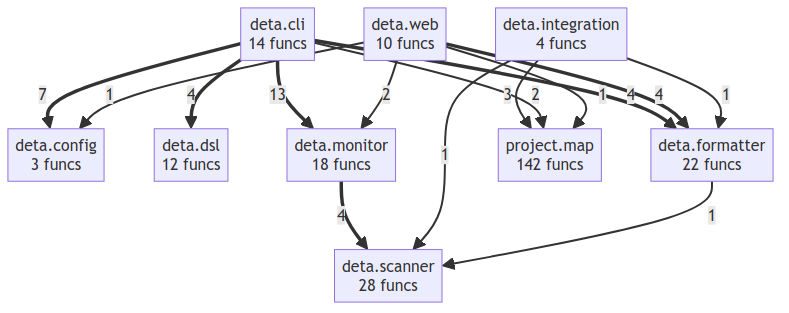
This is project/compact_flow.png from semcod/deta, a Mermaid export, as it was before one commit. Its source is kept beside it as project/compact_flow.mmd.
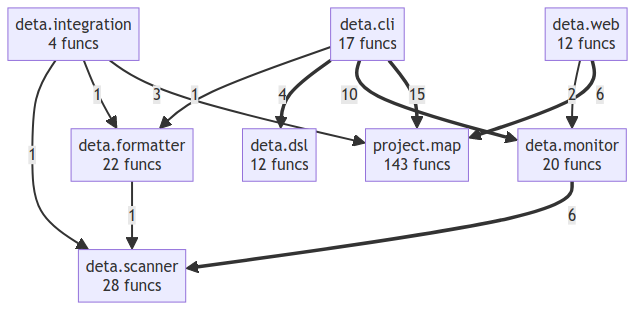
Later version of the same file.

What changed in the source:
```diff
@@ -1,24 +1,20 @@
 flowchart TD
-    deta__cli["deta.cli<br/>14 funcs"]
-    deta__config["deta.config<br/>3 funcs"]
+    deta__cli["deta.cli<br/>17 funcs"]
     deta__dsl["deta.dsl<br/>12 funcs"]
     deta__formatter["deta.formatter<br/>22 funcs"]
     deta__integration["deta.integration<br/>4 funcs"]
-    deta__monitor["deta.monitor<br/>18 funcs"]
+    deta__monitor["deta.monitor<br/>20 funcs"]
     deta__scanner["deta.scanner<br/>28 funcs"]
-    deta__web["deta.web<br/>10 funcs"]
-    project__map["project.map<br/>142 funcs"]
-    deta__cli ==>|13| deta__monitor
-    deta__cli ==>|7| deta__config
-    deta__cli ==>|4| deta__formatter
+    deta__web["deta.web<br/>12 funcs"]
+    project__map["project.map<br/>143 funcs"]
+    deta__cli ==>|15| project__map
+    deta__cli ==>|10| deta__monitor
+    deta__monitor ==>|6| deta__scanner
+    deta__web ==>|6| project__map
     deta__cli ==>|4| deta__dsl
-    deta__monitor ==>|4| deta__scanner
-    deta__web ==>|4| deta__formatter
     deta__integration -->|3| project__map
-    deta__cli -->|2| project__map
     deta__web -->|2| deta__monitor
     deta__integration -->|1| deta__formatter
     deta__integration -->|1| deta__scanner
     deta__formatter -->|1| deta__scanner
-    deta__web -->|1| project__map
-    deta__web -->|1| deta__config
+    deta__cli -->|1| deta__formatter
```
